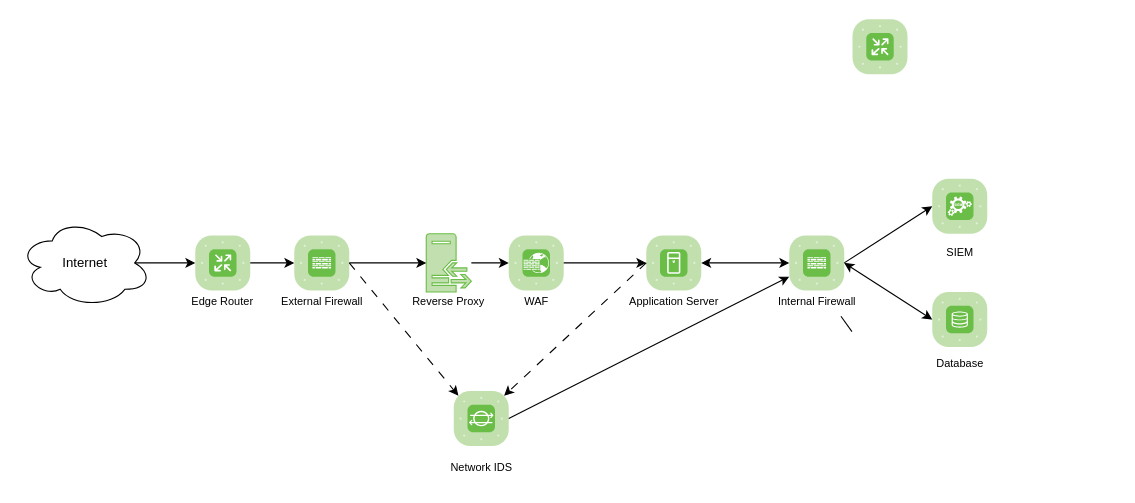
Before: High-Level-System-Overview.drawio in davidseitz/SichereDMZ, a draw.io diagram. Source tidied: cells renumbered, new cells numbered last; positions are measured from the earlier drawing's top-left corner, leaving out a move shared by most shapes. Both pictures are drawn from the tidied source at 110%, with x=0, y=0 at pixel (19, 19).
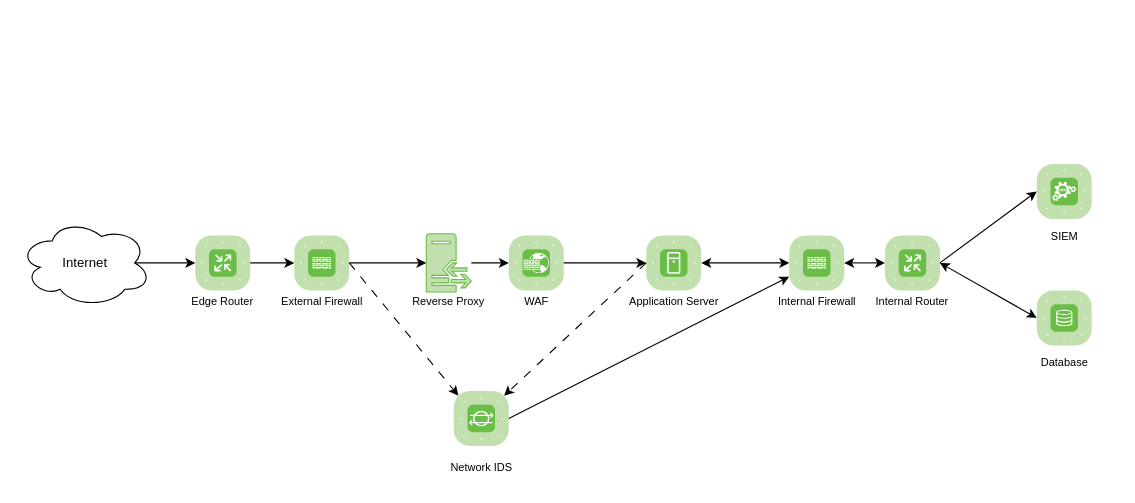
The same diagram, later.

Commit message (it also covers changes not shown here):
Added internal router

Unchanged cells that the change refers to:
```xml
<mxCell id="12" style="verticalLabelPosition=bottom;sketch=0;html=1;fillColor=#6ABD46;strokeColor=#ffffff;verticalAlign=top;align=center;points=[[0.085,0.085,0],[0.915,0.085,0],[0.915,0.915,0],[0.085,0.915,0],[0.25,0,0],[0.5,0,0],[0.75,0,0],[1,0.25,0],[1,0.5,0],[1,0.75,0],[0.75,1,0],[0.5,1,0],[0.25,1,0],[0,0.75,0],[0,0.5,0],[0,0.25,0]];shape=mxgraph.cisco_safe.compositeIcon;bgIcon=mxgraph.cisco_safe.architecture.generic_appliance;resIcon=mxgraph.cisco_safe.architecture.firewall;" parent="1" vertex="1">
  <mxGeometry x="700" y="196.5" width="50" height="50" as="geometry" />
</mxCell>
```

Diff of the diagram source:
```diff
@@
-    <mxCell id="2" style="endArrow=none;html=1;rounded=0;entryX=0;entryY=0.5;entryDx=0;entryDy=0;exitX=1;exitY=0.5;exitDx=0;exitDy=0;" parent="1" edge="1">
-      <mxGeometry relative="1" as="geometry">
-        <mxPoint x="757" y="284" as="sourcePoint" />
-        <mxPoint x="747" y="270" as="targetPoint" />
-      </mxGeometry>
-    </mxCell>
@@
     <mxCell id="8" style="verticalLabelPosition=bottom;sketch=0;html=1;fillColor=#6ABD46;strokeColor=#ffffff;verticalAlign=top;align=center;points=[[0.085,0.085,0],[0.915,0.085,0],[0.915,0.915,0],[0.085,0.915,0],[0.25,0,0],[0.5,0,0],[0.75,0,0],[1,0.25,0],[1,0.5,0],[1,0.75,0],[0.75,1,0],[0.5,1,0],[0.25,1,0],[0,0.75,0],[0,0.5,0],[0,0.25,0]];shape=mxgraph.cisco_safe.compositeIcon;bgIcon=mxgraph.cisco_safe.architecture.generic_appliance;resIcon=mxgraph.cisco_safe.architecture.storage;" parent="1" vertex="1">
-      <mxGeometry x="830" y="248" width="50" height="50" as="geometry" />
+      <mxGeometry x="925" y="246.5" width="50" height="50" as="geometry" />
     </mxCell>
@@
     <mxCell id="10" style="verticalLabelPosition=bottom;sketch=0;html=1;fillColor=#6ABD46;strokeColor=#ffffff;verticalAlign=top;align=center;points=[[0.085,0.085,0],[0.915,0.085,0],[0.915,0.915,0],[0.085,0.915,0],[0.25,0,0],[0.5,0,0],[0.75,0,0],[1,0.25,0],[1,0.5,0],[1,0.75,0],[0.75,1,0],[0.5,1,0],[0.25,1,0],[0,0.75,0],[0,0.5,0],[0,0.25,0]];shape=mxgraph.cisco_safe.compositeIcon;bgIcon=mxgraph.cisco_safe.architecture.generic_appliance;resIcon=mxgraph.cisco_safe.architecture.siem;" parent="1" vertex="1">
-      <mxGeometry x="830" y="145" width="50" height="50" as="geometry" />
+      <mxGeometry x="925" y="131.5" width="50" height="50" as="geometry" />
     </mxCell>
@@
-    <mxCell id="17" style="endArrow=classic;html=1;rounded=0;entryX=0;entryY=0.5;entryDx=0;entryDy=0;entryPerimeter=0;exitX=1;exitY=0.5;exitDx=0;exitDy=0;exitPerimeter=0;startArrow=classic;startFill=1;" parent="1" edge="1" source="12" target="8">
+    <mxCell id="17" style="endArrow=classic;html=1;rounded=0;entryX=0;entryY=0.5;entryDx=0;entryDy=0;entryPerimeter=0;startArrow=classic;startFill=1;exitX=1;exitY=0.5;exitDx=0;exitDy=0;exitPerimeter=0;" parent="1" edge="1" source="33" target="8">
       <mxGeometry relative="1" as="geometry" />
     </mxCell>
-    <mxCell id="18" style="endArrow=classic;html=1;rounded=0;entryX=0;entryY=0.5;entryDx=0;entryDy=0;entryPerimeter=0;exitX=1;exitY=0.5;exitDx=0;exitDy=0;exitPerimeter=0;" parent="1" edge="1" source="12" target="10">
+    <mxCell id="18" style="endArrow=classic;html=1;rounded=0;entryX=0;entryY=0.5;entryDx=0;entryDy=0;entryPerimeter=0;exitX=1;exitY=0.5;exitDx=0;exitDy=0;exitPerimeter=0;" parent="1" edge="1" source="33" target="10">
       <mxGeometry relative="1" as="geometry" />
     </mxCell>
@@
     <mxCell id="28" value="&lt;font style=&quot;font-size: 10px;&quot;&gt;SIEM&lt;/font&gt;" style="text;html=1;align=center;verticalAlign=middle;whiteSpace=wrap;rounded=0;" parent="1" vertex="1">
-      <mxGeometry x="807.5" y="196.5" width="95" height="30" as="geometry" />
+      <mxGeometry x="902.5" y="181.5" width="95" height="30" as="geometry" />
     </mxCell>
     <mxCell id="29" value="&lt;font style=&quot;font-size: 10px;&quot;&gt;Database&lt;/font&gt;" style="text;html=1;align=center;verticalAlign=middle;whiteSpace=wrap;rounded=0;" parent="1" vertex="1">
-      <mxGeometry x="807.5" y="298" width="95" height="30" as="geometry" />
+      <mxGeometry x="902.5" y="296.5" width="95" height="30" as="geometry" />
     </mxCell>
@@
     <mxCell id="33" style="verticalLabelPosition=bottom;sketch=0;html=1;fillColor=#6ABD46;strokeColor=#ffffff;verticalAlign=top;align=center;points=[[0.085,0.085,0],[0.915,0.085,0],[0.915,0.915,0],[0.085,0.915,0],[0.25,0,0],[0.5,0,0],[0.75,0,0],[1,0.25,0],[1,0.5,0],[1,0.75,0],[0.75,1,0],[0.5,1,0],[0.25,1,0],[0,0.75,0],[0,0.5,0],[0,0.25,0]];shape=mxgraph.cisco_safe.compositeIcon;bgIcon=mxgraph.cisco_safe.architecture.generic_appliance;resIcon=mxgraph.cisco_safe.architecture.router;" parent="1" vertex="1">
-      <mxGeometry x="757.5" width="50" height="50" as="geometry" />
+      <mxGeometry x="787" y="196.5" width="50" height="50" as="geometry" />
     </mxCell>
+    <mxCell id="34" style="edgeStyle=orthogonalEdgeStyle;rounded=0;jettySize=auto;html=1;exitX=1;exitY=0.5;exitDx=0;exitDy=0;exitPerimeter=0;entryX=0;entryY=0.5;entryDx=0;entryDy=0;entryPerimeter=0;startArrow=classic;startFill=1;" parent="1" edge="1" source="12" target="33">
+      <mxGeometry relative="1" as="geometry" />
+    </mxCell>
+    <mxCell id="35" value="&lt;font style=&quot;font-size: 10px;&quot;&gt;Internal Router&lt;/font&gt;" style="text;html=1;align=center;verticalAlign=middle;whiteSpace=wrap;rounded=0;" parent="1" vertex="1">
+      <mxGeometry x="777" y="241" width="70" height="30" as="geometry" />
+    </mxCell>
```
